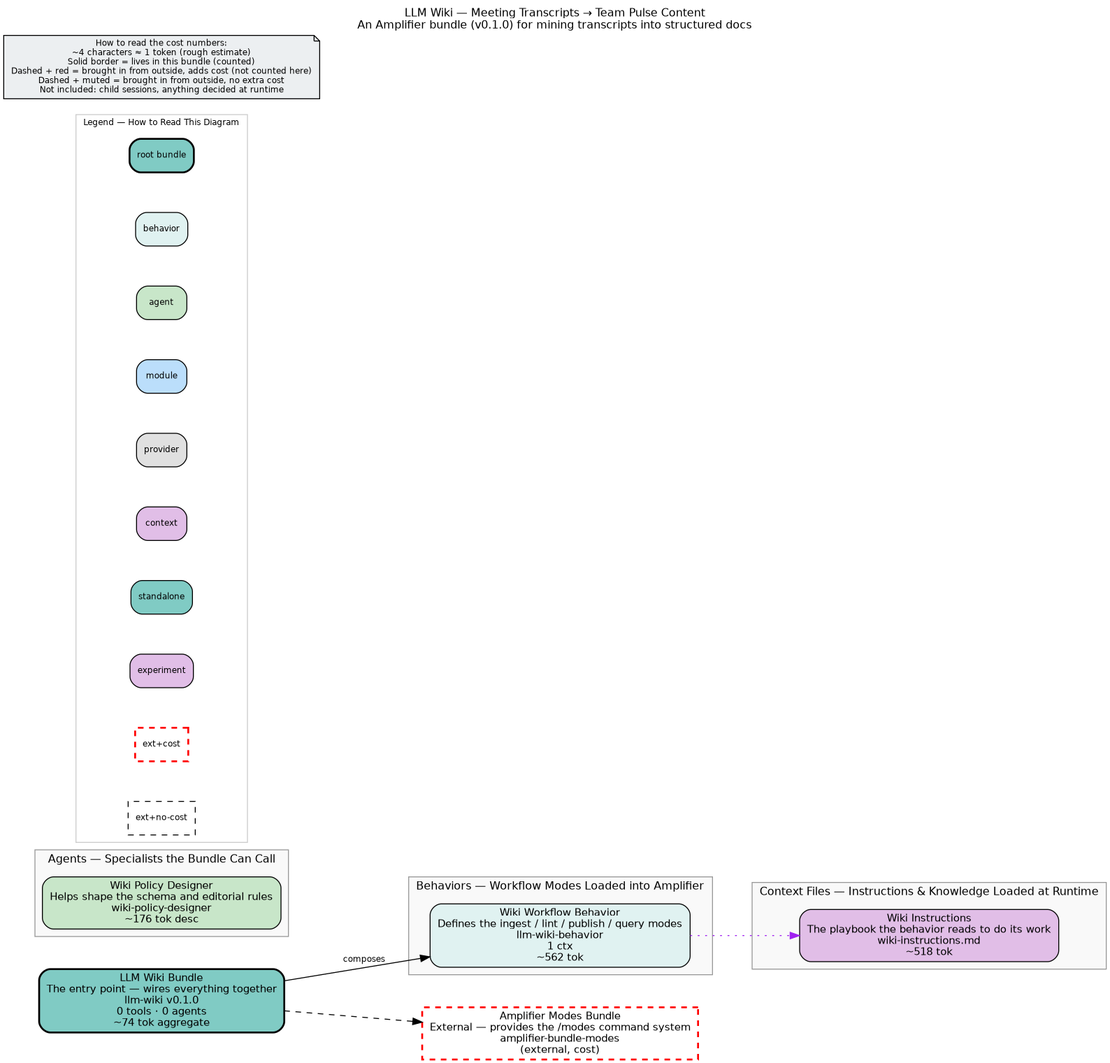
This is bundle.png from microsoft/amplifier-bundle-llm-wiki, a Graphviz export, as it was before one commit. Its source is kept beside it as bundle.dot. The source it was exported from:
```dot
digraph llm_wiki {
    rankdir=LR
    fontname="Helvetica"
    fontsize=12
    label="LLM Wiki — Meeting Transcripts → Team Pulse Content\nAn Amplifier bundle (v0.1.0) for mining transcripts into structured docs"
    labelloc=t
    labeljust=c
    nodesep=0.6
    ranksep=0.7
    bgcolor="white"
    source_hash="c9ad53441df901b55d2ae37f11ceaf3c50b81edfcb55767aa2404b63b53c8bac"

    node [fontname="Helvetica", fontsize=11, style="filled,rounded"]
    edge [fontname="Helvetica", fontsize=9]

    root_llm_wiki [label="LLM Wiki Bundle\nThe entry point — wires everything together\nllm-wiki v0.1.0\n0 tools · 0 agents\n~74 tok aggregate", shape=box, fillcolor="#80cbc4", style="filled,rounded,bold", penwidth=2]

    subgraph cluster_behaviors {
        label="Behaviors — Workflow Modes Loaded into Amplifier"
        style="filled"
        fillcolor="#f9f9f9"
        color="#999999"

        beh_llm_wiki_behavior [label="Wiki Workflow Behavior\nDefines the ingest / lint / publish / query modes\nllm-wiki-behavior\n1 ctx\n~562 tok", shape=box, fillcolor="#e0f2f1", style="filled,rounded"]
    }

    subgraph cluster_agents {
        label="Agents — Specialists the Bundle Can Call"
        style="filled"
        fillcolor="#f9f9f9"
        color="#999999"

        agt_wiki_policy_designer [label="Wiki Policy Designer\nHelps shape the schema and editorial rules\nwiki-policy-designer\n~176 tok desc", shape=box, fillcolor="#c8e6c9", style="filled,rounded"]
    }

    subgraph cluster_context {
        label="Context Files — Instructions & Knowledge Loaded at Runtime"
        style="filled"
        fillcolor="#f9f9f9"
        color="#999999"

        ctx_wiki_instructions_md [label="Wiki Instructions\nThe playbook the behavior reads to do its work\nwiki-instructions.md\n~518 tok", shape=box, fillcolor="#e1bee7", style="filled,rounded"]
    }

    subgraph cluster_legend {
        label="Legend — How to Read This Diagram"
        style="filled"
        fillcolor="white"
        color="#cccccc"
        fontsize=9

        leg_root [label="root bundle", shape=box, fillcolor="#80cbc4", style="filled,rounded,bold", fontsize=9]
        leg_behavior [label="behavior", shape=box, fillcolor="#e0f2f1", style="filled,rounded", fontsize=9]
        leg_agent [label="agent", shape=box, fillcolor="#c8e6c9", style="filled,rounded", fontsize=9]
        leg_module [label="module", shape=box, fillcolor="#bbdefb", style="filled,rounded", fontsize=9]
        leg_provider [label="provider", shape=box, fillcolor="#e0e0e0", style="filled,rounded", fontsize=9]
        leg_context [label="context", shape=box, fillcolor="#e1bee7", style="filled,rounded", fontsize=9]
        leg_standalone [label="standalone", shape=box, fillcolor="#80cbc4", style="filled,rounded", fontsize=9]
        leg_experiment [label="experiment", shape=box, fillcolor="#e1bee7", style="filled,rounded", fontsize=9]
        leg_ext_cost [label="ext+cost", shape=box, fillcolor="#80cbc4", style="dashed", color="red", penwidth=2, fontsize=9]
        leg_ext_muted [label="ext+no-cost", shape=box, fillcolor="#f5f5f5", style="dashed", fontsize=9]
    }

    disclaimer [label="How to read the cost numbers:\n~4 characters ≈ 1 token (rough estimate)\nSolid border = lives in this bundle (counted)\nDashed + red = brought in from outside, adds cost (not counted here)\nDashed + muted = brought in from outside, no extra cost\nNot included: child sessions, anything decided at runtime", shape=note, fillcolor="#eceff1", style="filled", fontsize=9]

    ext_githttps___github_com_microsoft_amplifier_bundle_modes_main [label="Amplifier Modes Bundle\nExternal — provides the /modes command system\namplifier-bundle-modes\n(external, cost)", shape=box, fillcolor="#80cbc4", style="dashed", color="red", penwidth=2]

    root_llm_wiki -> ext_githttps___github_com_microsoft_amplifier_bundle_modes_main [style=dashed]
    root_llm_wiki -> beh_llm_wiki_behavior [label="composes"]
    beh_llm_wiki_behavior -> ctx_wiki_instructions_md [style=dotted, color=purple]
}
```
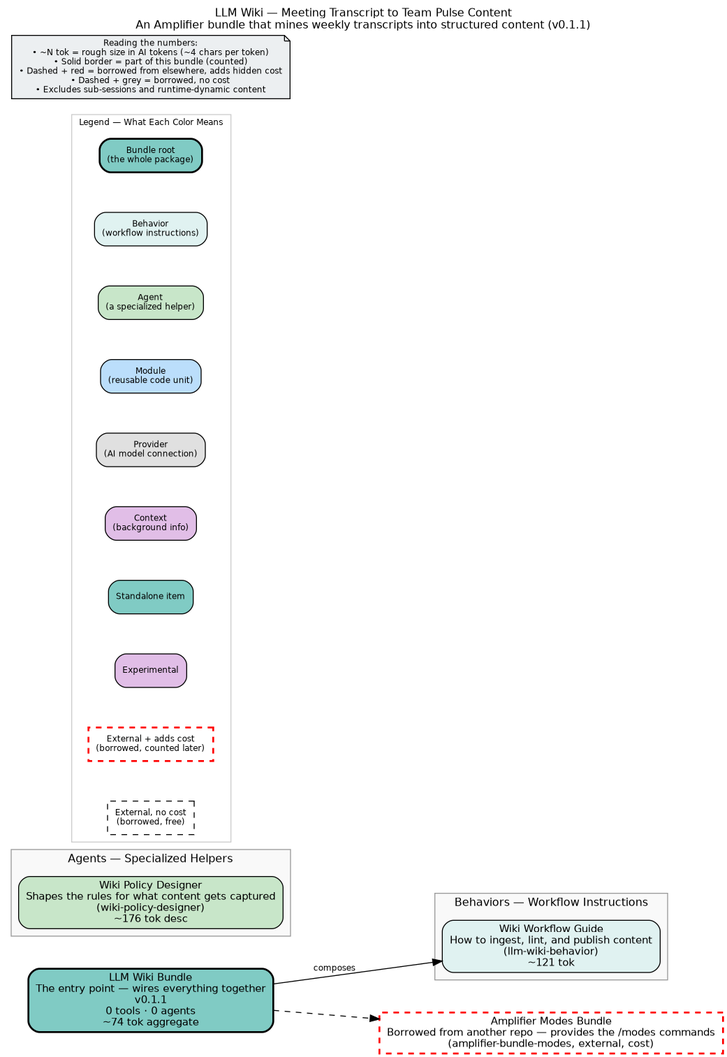
The same file after the commit.

Commit message:
refactor: zero-cost mode pattern — orientation context per-mode, not always-on

Change to the diagram source:
```diff
@@ -2,70 +2,60 @@
     rankdir=LR
     fontname="Helvetica"
     fontsize=12
-    label="LLM Wiki — Meeting Transcripts → Team Pulse Content\nAn Amplifier bundle (v0.1.0) for mining transcripts into structured docs"
+    label="LLM Wiki — Meeting Transcript to Team Pulse Content\nAn Amplifier bundle that mines weekly transcripts into structured content (v0.1.1)"
     labelloc=t
     labeljust=c
     nodesep=0.6
     ranksep=0.7
     bgcolor="white"
-    source_hash="c9ad53441df901b55d2ae37f11ceaf3c50b81edfcb55767aa2404b63b53c8bac"
+    source_hash="df951bbaff9c462a377a2986157e122a0ed21b7fe09c3c5a3980244ea0c7ebab"
 
     node [fontname="Helvetica", fontsize=11, style="filled,rounded"]
     edge [fontname="Helvetica", fontsize=9]
 
-    root_llm_wiki [label="LLM Wiki Bundle\nThe entry point — wires everything together\nllm-wiki v0.1.0\n0 tools · 0 agents\n~74 tok aggregate", shape=box, fillcolor="#80cbc4", style="filled,rounded,bold", penwidth=2]
+    root_llm_wiki [label="LLM Wiki Bundle\nThe entry point — wires everything together\nv0.1.1\n0 tools · 0 agents\n~74 tok aggregate", shape=box, fillcolor="#80cbc4", style="filled,rounded,bold", penwidth=2]
 
     subgraph cluster_behaviors {
-        label="Behaviors — Workflow Modes Loaded into Amplifier"
+        label="Behaviors — Workflow Instructions"
         style="filled"
         fillcolor="#f9f9f9"
         color="#999999"
 
-        beh_llm_wiki_behavior [label="Wiki Workflow Behavior\nDefines the ingest / lint / publish / query modes\nllm-wiki-behavior\n1 ctx\n~562 tok", shape=box, fillcolor="#e0f2f1", style="filled,rounded"]
+        beh_llm_wiki_behavior [label="Wiki Workflow Guide\nHow to ingest, lint, and publish content\n(llm-wiki-behavior)\n~121 tok", shape=box, fillcolor="#e0f2f1", style="filled,rounded"]
     }
 
     subgraph cluster_agents {
-        label="Agents — Specialists the Bundle Can Call"
+        label="Agents — Specialized Helpers"
         style="filled"
         fillcolor="#f9f9f9"
         color="#999999"
 
-        agt_wiki_policy_designer [label="Wiki Policy Designer\nHelps shape the schema and editorial rules\nwiki-policy-designer\n~176 tok desc", shape=box, fillcolor="#c8e6c9", style="filled,rounded"]
-    }
-
-    subgraph cluster_context {
-        label="Context Files — Instructions & Knowledge Loaded at Runtime"
-        style="filled"
-        fillcolor="#f9f9f9"
-        color="#999999"
-
-        ctx_wiki_instructions_md [label="Wiki Instructions\nThe playbook the behavior reads to do its work\nwiki-instructions.md\n~518 tok", shape=box, fillcolor="#e1bee7", style="filled,rounded"]
+        agt_wiki_policy_designer [label="Wiki Policy Designer\nShapes the rules for what content gets captured\n(wiki-policy-designer)\n~176 tok desc", shape=box, fillcolor="#c8e6c9", style="filled,rounded"]
     }
 
     subgraph cluster_legend {
-        label="Legend — How to Read This Diagram"
+        label="Legend — What Each Color Means"
         style="filled"
         fillcolor="white"
         color="#cccccc"
         fontsize=9
 
-        leg_root [label="root bundle", shape=box, fillcolor="#80cbc4", style="filled,rounded,bold", fontsize=9]
-        leg_behavior [label="behavior", shape=box, fillcolor="#e0f2f1", style="filled,rounded", fontsize=9]
-        leg_agent [label="agent", shape=box, fillcolor="#c8e6c9", style="filled,rounded", fontsize=9]
-        leg_module [label="module", shape=box, fillcolor="#bbdefb", style="filled,rounded", fontsize=9]
-        leg_provider [label="provider", shape=box, fillcolor="#e0e0e0", style="filled,rounded", fontsize=9]
-        leg_context [label="context", shape=box, fillcolor="#e1bee7", style="filled,rounded", fontsize=9]
-        leg_standalone [label="standalone", shape=box, fillcolor="#80cbc4", style="filled,rounded", fontsize=9]
-        leg_experiment [label="experiment", shape=box, fillcolor="#e1bee7", style="filled,rounded", fontsize=9]
-        leg_ext_cost [label="ext+cost", shape=box, fillcolor="#80cbc4", style="dashed", color="red", penwidth=2, fontsize=9]
-        leg_ext_muted [label="ext+no-cost", shape=box, fillcolor="#f5f5f5", style="dashed", fontsize=9]
+        leg_root [label="Bundle root\n(the whole package)", shape=box, fillcolor="#80cbc4", style="filled,rounded,bold", fontsize=9]
+        leg_behavior [label="Behavior\n(workflow instructions)", shape=box, fillcolor="#e0f2f1", style="filled,rounded", fontsize=9]
+        leg_agent [label="Agent\n(a specialized helper)", shape=box, fillcolor="#c8e6c9", style="filled,rounded", fontsize=9]
+        leg_module [label="Module\n(reusable code unit)", shape=box, fillcolor="#bbdefb", style="filled,rounded", fontsize=9]
+        leg_provider [label="Provider\n(AI model connection)", shape=box, fillcolor="#e0e0e0", style="filled,rounded", fontsize=9]
+        leg_context [label="Context\n(background info)", shape=box, fillcolor="#e1bee7", style="filled,rounded", fontsize=9]
+        leg_standalone [label="Standalone item", shape=box, fillcolor="#80cbc4", style="filled,rounded", fontsize=9]
+        leg_experiment [label="Experimental", shape=box, fillcolor="#e1bee7", style="filled,rounded", fontsize=9]
+        leg_ext_cost [label="External + adds cost\n(borrowed, counted later)", shape=box, fillcolor="#80cbc4", style="dashed", color="red", penwidth=2, fontsize=9]
+        leg_ext_muted [label="External, no cost\n(borrowed, free)", shape=box, fillcolor="#f5f5f5", style="dashed", fontsize=9]
     }
 
-    disclaimer [label="How to read the cost numbers:\n~4 characters ≈ 1 token (rough estimate)\nSolid border = lives in this bundle (counted)\nDashed + red = brought in from outside, adds cost (not counted here)\nDashed + muted = brought in from outside, no extra cost\nNot included: child sessions, anything decided at runtime", shape=note, fillcolor="#eceff1", style="filled", fontsize=9]
+    disclaimer [label="Reading the numbers:\n• ~N tok = rough size in AI tokens (~4 chars per token)\n• Solid border = part of this bundle (counted)\n• Dashed + red = borrowed from elsewhere, adds hidden cost\n• Dashed + grey = borrowed, no cost\n• Excludes sub-sessions and runtime-dynamic content", shape=note, fillcolor="#eceff1", style="filled", fontsize=9]
 
-    ext_githttps___github_com_microsoft_amplifier_bundle_modes_main [label="Amplifier Modes Bundle\nExternal — provides the /modes command system\namplifier-bundle-modes\n(external, cost)", shape=box, fillcolor="#80cbc4", style="dashed", color="red", penwidth=2]
+    ext_githttps___github_com_microsoft_amplifier_bundle_modes_main [label="Amplifier Modes Bundle\nBorrowed from another repo — provides the /modes commands\n(amplifier-bundle-modes, external, cost)", shape=box, fillcolor="#80cbc4", style="dashed", color="red", penwidth=2]
 
     root_llm_wiki -> ext_githttps___github_com_microsoft_amplifier_bundle_modes_main [style=dashed]
     root_llm_wiki -> beh_llm_wiki_behavior [label="composes"]
-    beh_llm_wiki_behavior -> ctx_wiki_instructions_md [style=dotted, color=purple]
 }
```
